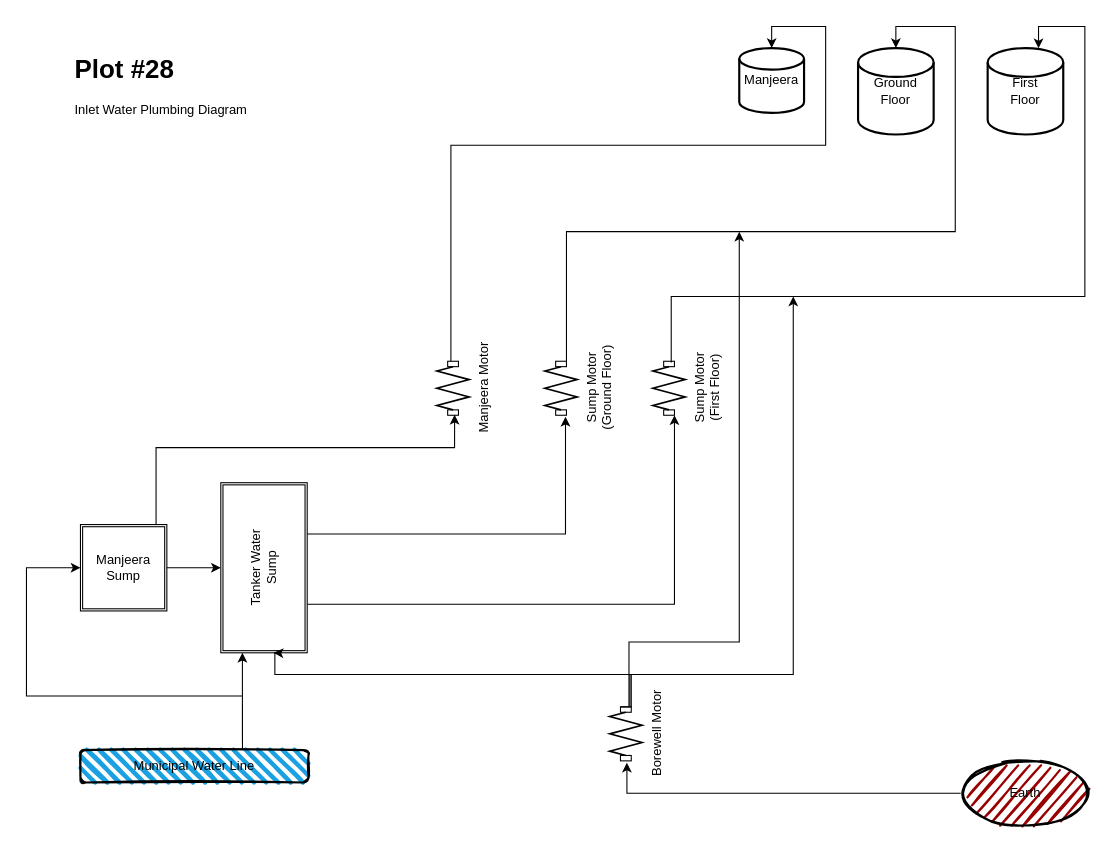
Above: Inlet_Plumbing.drawio in gudiseva/arvind (draw.io), before the change. Source tidied: cells renumbered, new cells numbered last; positions are measured from the earlier drawing's top-left corner, leaving out a move shared by most shapes. Both pictures are drawn from the tidied source at 108%, with x=0, y=0 at pixel (26, 26).
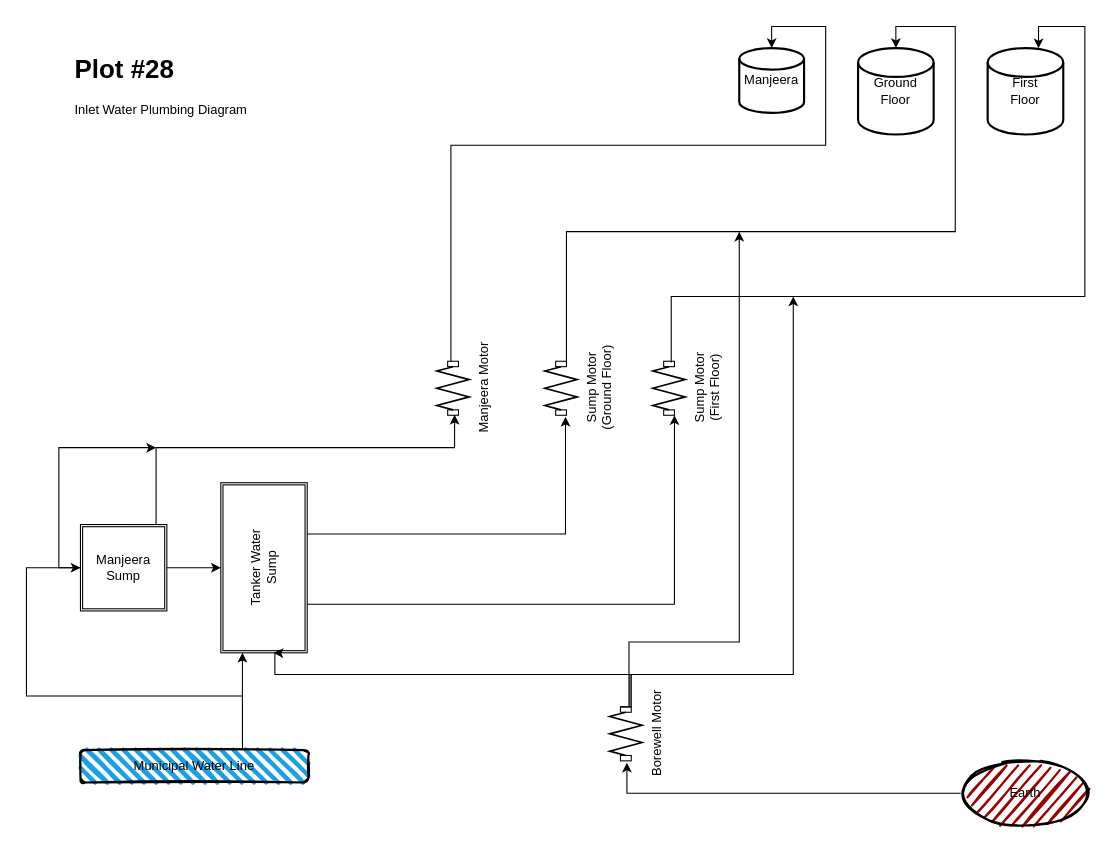
After the change.

The change refers to these unchanged cells:
```xml
<mxCell id="11" value="Manjeera&lt;br&gt;Sump" style="shape=ext;double=1;whiteSpace=wrap;html=1;" parent="1" vertex="1">
  <mxGeometry x="50" y="461.2" width="80" height="80" as="geometry" />
</mxCell>
```

Diff of the diagram source:
```diff
@@
+    <mxCell id="27" style="edgeStyle=orthogonalEdgeStyle;rounded=0;jettySize=auto;html=1;exitX=0;exitY=0.5;exitDx=0;exitDy=0;" parent="1" edge="1" source="11">
+      <mxGeometry relative="1" as="geometry">
+        <mxPoint x="120" y="390" as="targetPoint" />
+        <Array as="points">
+          <mxPoint x="30" y="501" />
+          <mxPoint x="30" y="390" />
+          <mxPoint x="90" y="390" />
+        </Array>
+      </mxGeometry>
+    </mxCell>
```
